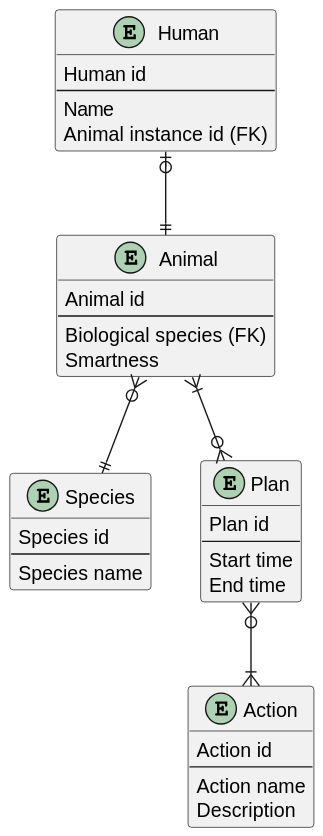
Above: lab0/assets/Entity Relationship Model.svg in Mam-sDeveloper-ITMO/DB (PlantUML), before the change. The source it was exported from:
```plantuml
@startuml Entity Relationship Model

entity Human {
    Human id
    --
    Name
    Animal instance id (FK)
}

entity Animal {
    Animal id
    --
    Biological species (FK)
    Smartness
}

entity Species {
    Species id
    --
    Species name
}

entity Action {
    Action id
    --
    Action name
    Description
}

entity Plan {
    Plan id
    --
    Start time
    End time
}


Human |o--|| Animal

Animal }o--|| Species

Animal }|--o{ Plan

Plan }o--|{ Action

@enduml
```
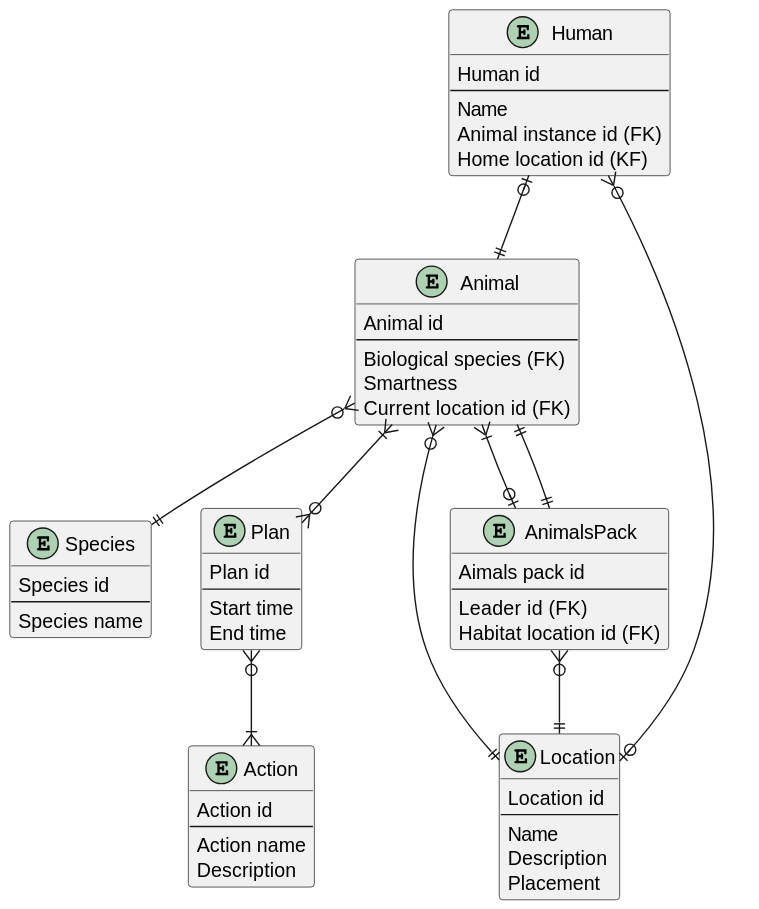
Above is the later version.

The edit, as a diff of the source:
```diff
@@ -5,6 +5,7 @@
     --
     Name
     Animal instance id (FK)
+    Home location id (KF)
 }
 
 entity Animal {
@@ -12,6 +13,7 @@
     --
     Biological species (FK)
     Smartness
+    Current location id (FK)
 }
 
 entity Species {
@@ -34,13 +36,37 @@
     End time
 }
 
+entity Location {
+    Location id
+    --
+    Name
+    Description
+    Placement
+}
+
+entity AnimalsPack {
+    Aimals pack id
+    --
+    Leader id (FK)
+    Habitat location id (FK)
+}
 
 Human |o--|| Animal
+
+Human }o--o| Location
+
+Animal }o--|| Location
 
 Animal }o--|| Species
 
 Animal }|--o{ Plan
 
+Animal }|--o| AnimalsPack
+
+AnimalsPack ||--|| Animal
+
+AnimalsPack }o--|| Location
+
 Plan }o--|{ Action
 
 @enduml
```
